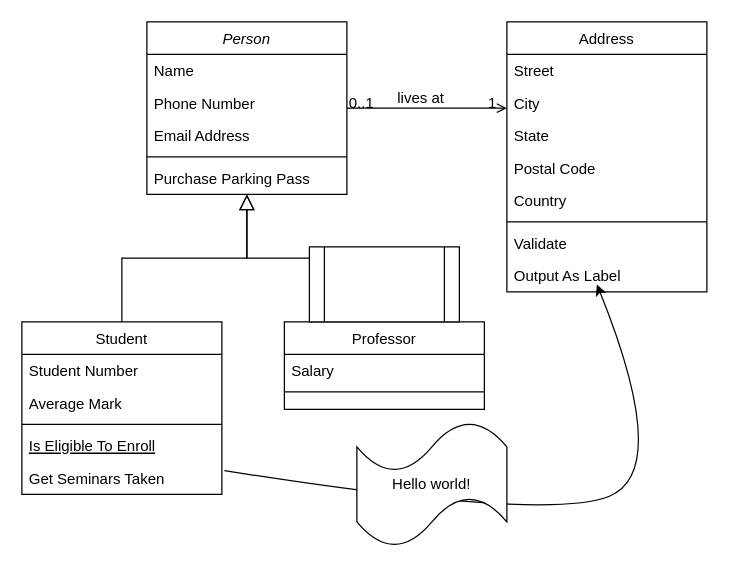
Above: Untitled Diagram.drawio in soo941226/repo-subak (draw.io), before the change. Source tidied: cells renumbered, new cells numbered last; positions are measured from the earlier drawing's top-left corner, leaving out a move shared by most shapes. Both pictures are drawn from the tidied source at 125%, with x=0, y=0 at pixel (21, 21).
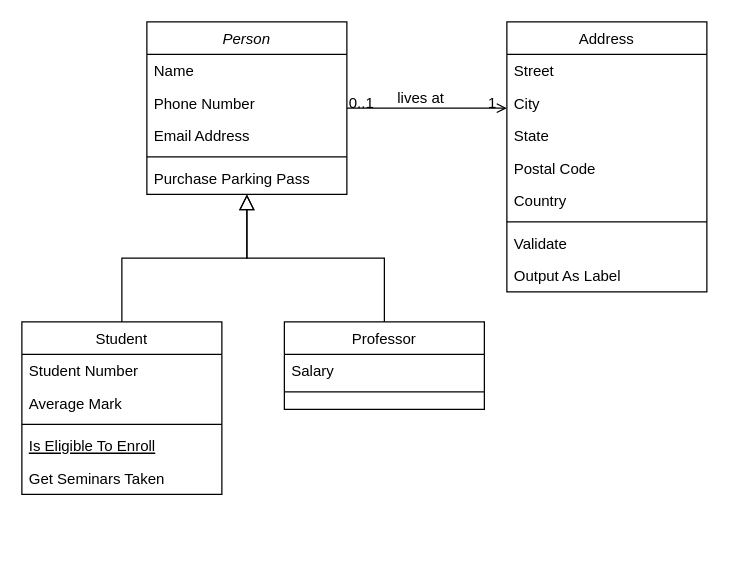
The same page after the edit.

The change refers to these unchanged cells:
```xml
<mxCell id="13" value="Get Seminars Taken" style="text;align=left;verticalAlign=top;spacingLeft=4;spacingRight=4;overflow=hidden;points=[[0,0.5],[1,0.5]];portConstraint=eastwest;" parent="8" vertex="1">
  <mxGeometry y="112" width="160" height="26" as="geometry" />
</mxCell>
```

Change to the diagram source:
```diff
@@
-    <mxCell id="32" style="shape=process;whiteSpace=wrap;html=1;backgroundOutline=1;" parent="1" vertex="1">
-      <mxGeometry x="230" y="180" width="120" height="60" as="geometry" />
-    </mxCell>
-    <mxCell id="33" style="curved=1;endArrow=classic;html=1;exitX=1.013;exitY=0.269;exitDx=0;exitDy=0;exitPerimeter=0;" parent="1" edge="1" source="13">
-      <mxGeometry relative="1" as="geometry">
-        <mxPoint x="460" y="210" as="targetPoint" />
-        <Array as="points">
-          <mxPoint x="420" y="400" />
-          <mxPoint x="520" y="359" />
-        </Array>
-      </mxGeometry>
-    </mxCell>
-    <mxCell id="34" value="Hello world!" style="shape=tape;whiteSpace=wrap;html=1;" parent="1" vertex="1">
-      <mxGeometry x="268" y="320" width="120" height="100" as="geometry" />
-    </mxCell>
```
